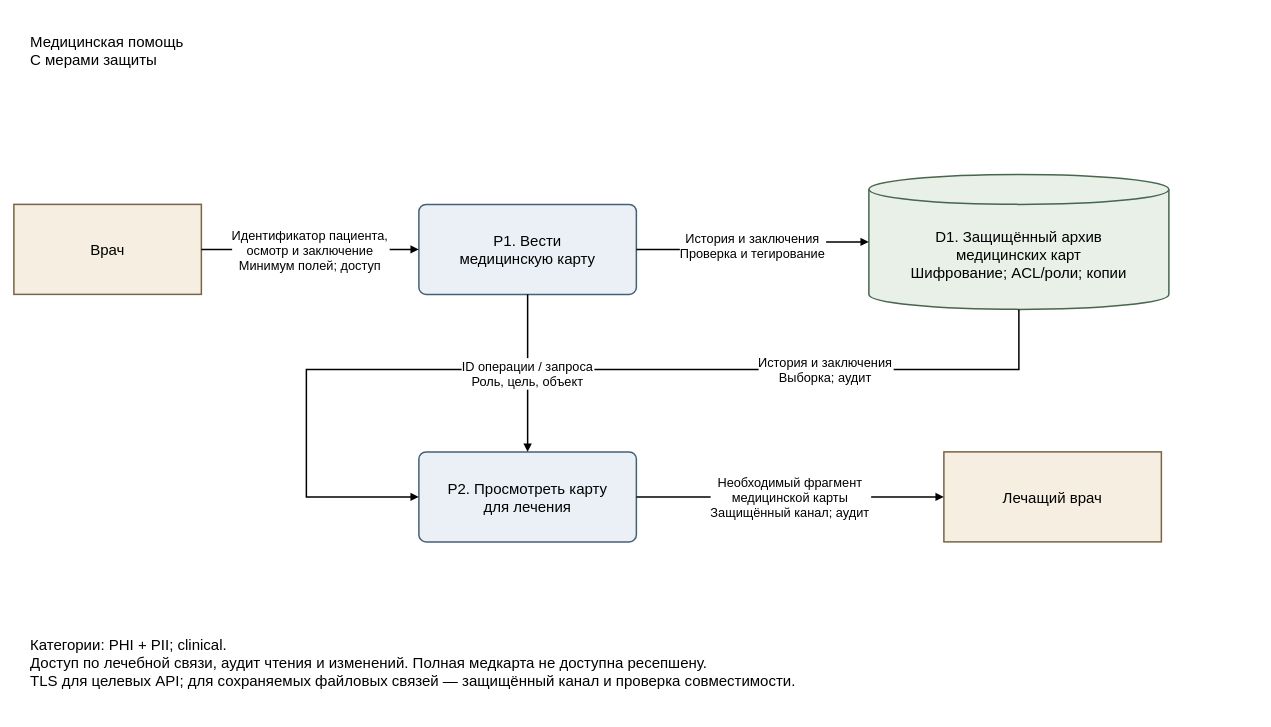
The draw.io diagram page "2. Медицинская помощь — С мерами защиты" (4 of 12) of Task1/Потоки данных.drawio in Daresana/architecture-medikamente, before the edit. Source tidied: cells renumbered, new cells numbered last; positions are measured from the earlier drawing's top-left corner, leaving out a move shared by most shapes. Both pictures are drawn from the tidied source at 75%, with x=0, y=0 at pixel (14, 13).
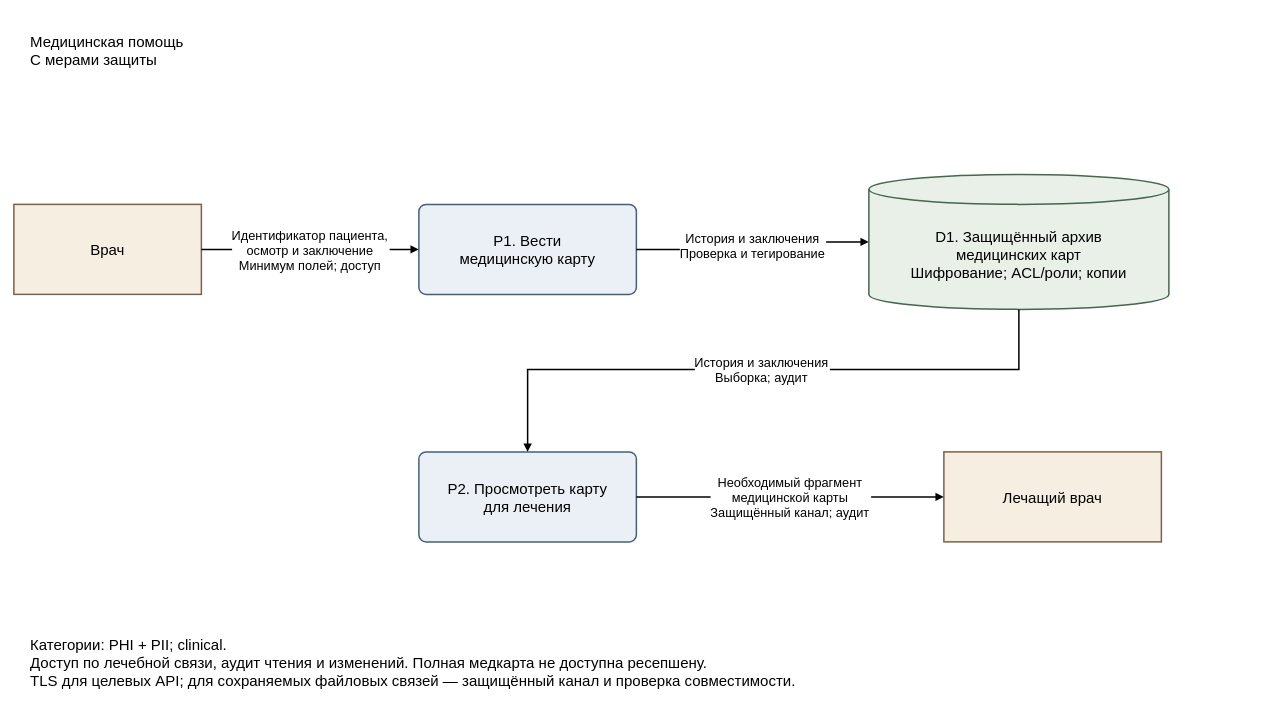
After the change.

What changed in the source:
```diff
@@
 <mxGraphModel>
   <root>
     <mxCell id="0" />
     <mxCell id="1" parent="0" />
     <mxCell id="2" value="Медицинская помощь&#10;С мерами защиты" style="whiteSpace=wrap;html=0;fontSize=20;fontFamily=Arial;align=center;verticalAlign=middle;spacing=12;strokeWidth=2;shape=rectangle;strokeColor=none;fillColor=none;align=left;" parent="1" vertex="1">
       <mxGeometry x="10" width="1650" height="100" as="geometry" />
     </mxCell>
     <mxCell id="3" value="Врач" style="whiteSpace=wrap;html=0;fontSize=20;fontFamily=Arial;align=center;verticalAlign=middle;spacing=12;strokeWidth=2;rounded=0;fillColor=#f5eee1;strokeColor=#786448;" parent="1" vertex="1">
       <mxGeometry y="255" width="250" height="120" as="geometry" />
     </mxCell>
     <mxCell id="4" value="P1. Вести&#10;медицинскую карту" style="whiteSpace=wrap;html=0;fontSize=20;fontFamily=Arial;align=center;verticalAlign=middle;spacing=12;strokeWidth=2;rounded=1;arcSize=8;fillColor=#eaf0f5;strokeColor=#456078;" parent="1" vertex="1">
       <mxGeometry x="540" y="255" width="290" height="120" as="geometry" />
     </mxCell>
     <mxCell id="5" value="D1. Защищённый архив&#10;медицинских карт&#10;Шифрование; ACL/роли; копии" style="whiteSpace=wrap;html=0;fontSize=20;fontFamily=Arial;align=center;verticalAlign=middle;spacing=12;strokeWidth=2;shape=cylinder3;boundedLbl=1;size=20;fillColor=#e8f0e8;strokeColor=#47664d;" parent="1" vertex="1">
       <mxGeometry x="1140" y="215" width="400" height="180" as="geometry" />
     </mxCell>
     <mxCell id="6" value="P2. Просмотреть карту&#10;для лечения" style="whiteSpace=wrap;html=0;fontSize=20;fontFamily=Arial;align=center;verticalAlign=middle;spacing=12;strokeWidth=2;rounded=1;arcSize=8;fillColor=#eaf0f5;strokeColor=#456078;" parent="1" vertex="1">
       <mxGeometry x="540" y="585" width="290" height="120" as="geometry" />
     </mxCell>
     <mxCell id="7" value="Лечащий врач" style="whiteSpace=wrap;html=0;fontSize=20;fontFamily=Arial;align=center;verticalAlign=middle;spacing=12;strokeWidth=2;rounded=0;fillColor=#f5eee1;strokeColor=#786448;" parent="1" vertex="1">
       <mxGeometry x="1240" y="585" width="290" height="120" as="geometry" />
     </mxCell>
     <mxCell id="8" value="Категории: PHI + PII; clinical.&#10;Доступ по лечебной связи, аудит чтения и изменений. Полная медкарта не доступна ресепшену.&#10;TLS для целевых API; для сохраняемых файловых связей — защищённый канал и проверка совместимости." style="whiteSpace=wrap;html=0;fontSize=20;fontFamily=Arial;align=center;verticalAlign=middle;spacing=12;strokeWidth=2;shape=rectangle;strokeColor=none;fillColor=none;align=left;" parent="1" vertex="1">
       <mxGeometry x="10" y="795" width="1650" height="140" as="geometry" />
     </mxCell>
     <mxCell id="9" value="Идентификатор пациента,&#10;осмотр и заключение&#10;Минимум полей; доступ" style="edgeStyle=orthogonalEdgeStyle;rounded=0;html=0;endArrow=block;endFill=1;strokeWidth=2;fontSize=17;labelBackgroundColor=#ffffff;spacing=5;exitX=1;exitY=0.5;entryX=0;entryY=0.5;exitPerimeter=0;entryPerimeter=0;" parent="1" edge="1" source="3" target="4">
       <mxGeometry relative="1" as="geometry" />
     </mxCell>
     <mxCell id="10" value="История и заключения&#10;Проверка и тегирование" style="edgeStyle=orthogonalEdgeStyle;rounded=0;html=0;endArrow=block;endFill=1;strokeWidth=2;fontSize=17;labelBackgroundColor=#ffffff;spacing=5;exitX=1;exitY=0.5;entryX=0;entryY=0.5;exitPerimeter=0;entryPerimeter=0;" parent="1" edge="1" source="4" target="5">
       <mxGeometry relative="1" as="geometry" />
     </mxCell>
-    <mxCell id="11" value="История и заключения&#10;Выборка; аудит" style="edgeStyle=orthogonalEdgeStyle;rounded=0;html=0;endArrow=block;endFill=1;strokeWidth=2;fontSize=17;labelBackgroundColor=#ffffff;spacing=5;exitX=0.5;exitY=1;entryX=0;entryY=0.5;exitPerimeter=0;entryPerimeter=0;" parent="1" edge="1" source="5" target="6">
-      <mxGeometry x="-0.5" relative="1" as="geometry">
+    <mxCell id="11" value="История и заключения&#10;Выборка; аудит" style="edgeStyle=orthogonalEdgeStyle;rounded=0;html=0;endArrow=block;endFill=1;strokeWidth=2;fontSize=17;labelBackgroundColor=#ffffff;spacing=5;exitX=0.5;exitY=1;entryX=0.5;entryY=0;exitPerimeter=0;entryPerimeter=0;" parent="1" edge="1" source="5" target="6">
+      <mxGeometry relative="1" as="geometry">
         <Array as="points">
           <mxPoint x="1340" y="475" />
-          <mxPoint x="390" y="475" />
-          <mxPoint x="390" y="645" />
+          <mxPoint x="685" y="475" />
         </Array>
       </mxGeometry>
     </mxCell>
-    <mxCell id="12" value="ID операции / запроса&#10;Роль, цель, объект" style="edgeStyle=orthogonalEdgeStyle;rounded=0;html=0;endArrow=block;endFill=1;strokeWidth=2;fontSize=17;labelBackgroundColor=#ffffff;spacing=5;exitX=0.5;exitY=1;entryX=0.5;entryY=0;exitPerimeter=0;entryPerimeter=0;" parent="1" edge="1" source="4" target="6">
-      <mxGeometry relative="1" as="geometry" />
-    </mxCell>
     <mxCell id="13" value="Необходимый фрагмент&#10;медицинской карты&#10;Защищённый канал; аудит" style="edgeStyle=orthogonalEdgeStyle;rounded=0;html=0;endArrow=block;endFill=1;strokeWidth=2;fontSize=17;labelBackgroundColor=#ffffff;spacing=5;exitX=1;exitY=0.5;entryX=0;entryY=0.5;exitPerimeter=0;entryPerimeter=0;" parent="1" edge="1" source="6" target="7">
       <mxGeometry relative="1" as="geometry" />
     </mxCell>
   </root>
 </mxGraphModel>
```
